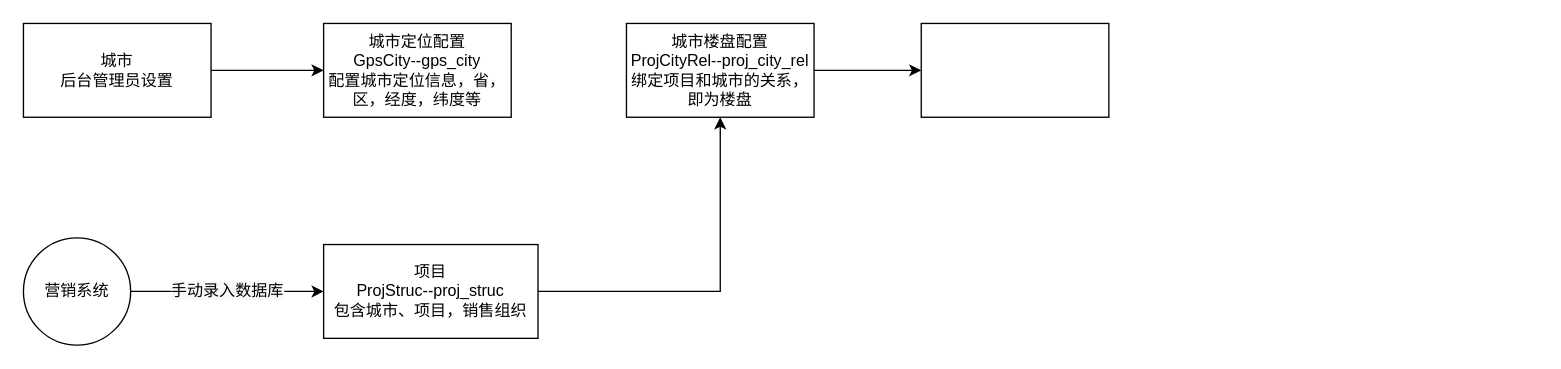
Before: 全民营销.drawio in juesuchen/diagrams, a draw.io diagram. Source tidied: cells renumbered, new cells numbered last; positions are measured from the earlier drawing's top-left corner, leaving out a move shared by most shapes. Both pictures are drawn from the tidied source at 134%, with x=0, y=0 at pixel (23, 23).
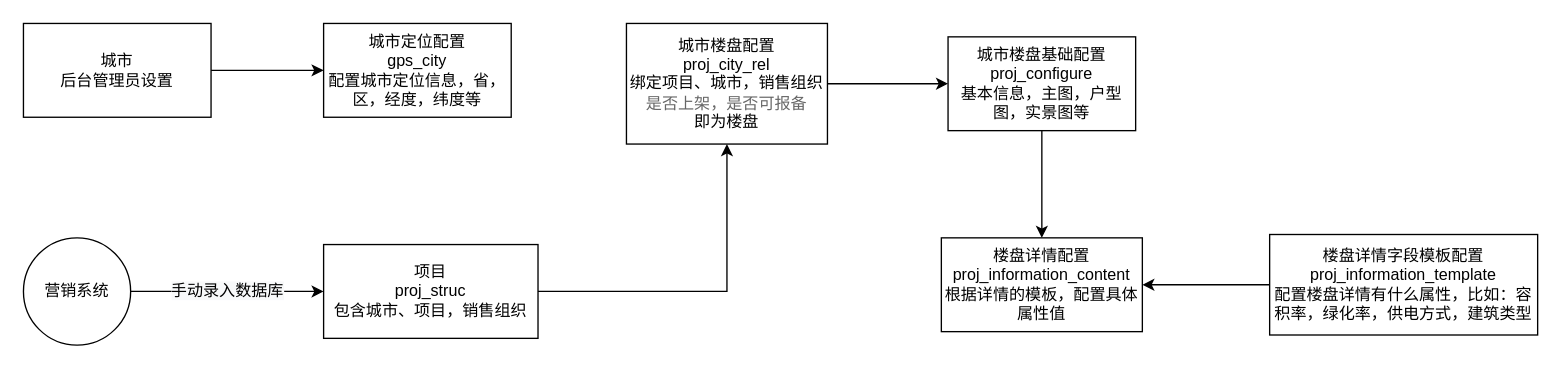
After the change.

Commit message (it also covers changes not shown here):
更新全民营销.drawio

The edit, as a diff of the source:
```diff
@@
 <mxGraphModel>
   <root>
     <mxCell id="0" />
     <mxCell id="1" parent="0" />
     <mxCell id="2" style="edgeStyle=orthogonalEdgeStyle;rounded=0;jettySize=auto;html=1;entryX=0.5;entryY=1;entryDx=0;entryDy=0;" parent="1" edge="1" source="3" target="8">
       <mxGeometry relative="1" as="geometry" />
     </mxCell>
-    <mxCell id="3" value="项目&lt;br&gt;ProjStruc--proj_struc&lt;br&gt;包含城市、项目，销售组织" style="rounded=0;whiteSpace=wrap;html=1;" parent="1" vertex="1">
+    <mxCell id="3" value="项目&lt;br&gt;proj_struc&lt;br&gt;包含城市、项目，销售组织" style="rounded=0;whiteSpace=wrap;html=1;" parent="1" vertex="1">
       <mxGeometry x="224" y="165" width="160" height="70" as="geometry" />
     </mxCell>
     <mxCell id="4" style="edgeStyle=orthogonalEdgeStyle;rounded=0;jettySize=auto;html=1;" parent="1" edge="1" source="5" target="6">
       <mxGeometry relative="1" as="geometry" />
     </mxCell>
     <mxCell id="5" value="城市&lt;br&gt;后台管理员设置" style="rounded=0;whiteSpace=wrap;html=1;" parent="1" vertex="1">
       <mxGeometry width="140" height="70" as="geometry" />
     </mxCell>
-    <mxCell id="6" value="城市定位配置&lt;br&gt;GpsCity--gps_city&lt;br&gt;配置城市定位信息，省，区，经度，纬度等" style="rounded=0;whiteSpace=wrap;html=1;" parent="1" vertex="1">
+    <mxCell id="6" value="城市定位配置&lt;br&gt;gps_city&lt;br&gt;配置城市定位信息，省，区，经度，纬度等" style="rounded=0;whiteSpace=wrap;html=1;" parent="1" vertex="1">
       <mxGeometry x="224" width="140" height="70" as="geometry" />
     </mxCell>
     <mxCell id="7" style="edgeStyle=orthogonalEdgeStyle;rounded=0;jettySize=auto;html=1;" parent="1" edge="1" source="8" target="11">
       <mxGeometry relative="1" as="geometry" />
     </mxCell>
-    <mxCell id="8" value="城市楼盘配置&lt;br&gt;ProjCityRel--proj_city_rel&lt;br&gt;绑定项目和城市的关系，即为楼盘" style="rounded=0;whiteSpace=wrap;html=1;" parent="1" vertex="1">
-      <mxGeometry x="450" width="140" height="70" as="geometry" />
+    <mxCell id="8" value="城市楼盘配置&lt;br&gt;proj_city_rel&lt;br&gt;绑定项目、城市，销售组织&lt;br&gt;&lt;span style=&quot;color: rgb(102 , 102 , 102) ; font-family: &amp;#34;microsoft yahei&amp;#34; ; text-align: left ; background-color: rgb(255 , 255 , 255)&quot;&gt;是否上架，是否可报备&lt;/span&gt;&lt;br style=&quot;color: rgb(102 , 102 , 102) ; font-family: &amp;#34;microsoft yahei&amp;#34; ; text-align: left&quot;&gt;即为楼盘" style="rounded=0;whiteSpace=wrap;html=1;" parent="1" vertex="1">
+      <mxGeometry x="450" width="150" height="90" as="geometry" />
     </mxCell>
     <mxCell id="9" value="&lt;span style=&quot;font-size: 12px ; background-color: rgb(248 , 249 , 250)&quot;&gt;手动录入数据库&lt;/span&gt;" style="edgeStyle=orthogonalEdgeStyle;rounded=0;jettySize=auto;html=1;" parent="1" edge="1" source="10" target="3">
       <mxGeometry relative="1" as="geometry" />
     </mxCell>
     <mxCell id="10" value="营销系统" style="ellipse;whiteSpace=wrap;html=1;" parent="1" vertex="1">
       <mxGeometry y="160" width="80" height="80" as="geometry" />
     </mxCell>
+    <mxCell id="12" style="edgeStyle=orthogonalEdgeStyle;rounded=0;jettySize=auto;html=1;" parent="1" edge="1" source="11" target="13">
+      <mxGeometry relative="1" as="geometry" />
+    </mxCell>
-    <mxCell id="11" style="rounded=0;whiteSpace=wrap;html=1;" parent="1" vertex="1">
-      <mxGeometry x="670" width="140" height="70" as="geometry" />
+    <mxCell id="11" value="城市楼盘基础配置&lt;br&gt;proj_configure&lt;br&gt;基本信息，主图，户型图，实景图等" style="rounded=0;whiteSpace=wrap;html=1;" parent="1" vertex="1">
+      <mxGeometry x="690" y="10" width="140" height="70" as="geometry" />
     </mxCell>
+    <mxCell id="13" value="楼盘详情配置&lt;br&gt;proj_information_content&lt;br&gt;根据详情的模板，配置具体属性值" style="rounded=0;whiteSpace=wrap;html=1;" parent="1" vertex="1">
+      <mxGeometry x="685" y="160" width="150" height="70" as="geometry" />
+    </mxCell>
+    <mxCell id="14" style="edgeStyle=orthogonalEdgeStyle;rounded=0;jettySize=auto;html=1;" parent="1" edge="1" source="15" target="13">
+      <mxGeometry relative="1" as="geometry" />
+    </mxCell>
+    <mxCell id="15" value="楼盘详情字段模板配置&lt;br&gt;proj_information_template&lt;br&gt;配置楼盘详情有什么属性，比如：容积率，绿化率，供电方式，建筑类型" style="whiteSpace=wrap;html=1;rounded=0;" parent="1" vertex="1">
+      <mxGeometry x="930" y="157.5" width="200" height="75" as="geometry" />
+    </mxCell>
   </root>
 </mxGraphModel>
```
